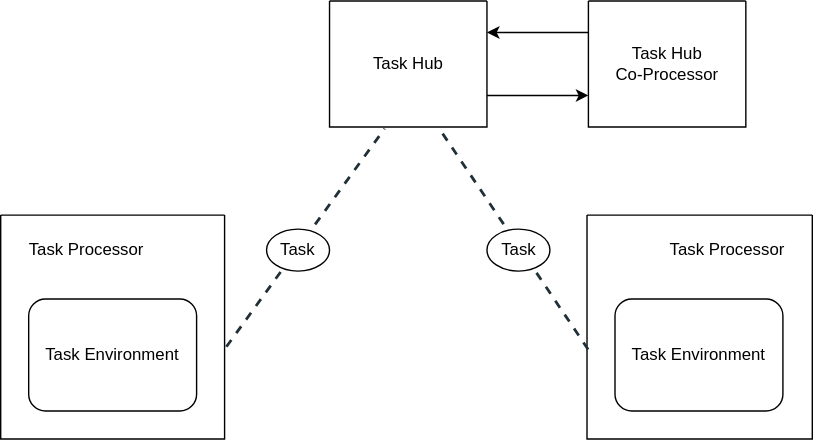
This is Task.drawio.svg from BlackSpider8391/TaskFlow, a draw.io export, as it was before one commit. Source tidied: cells renumbered, new cells last; positions are measured from the earlier drawing's top-left corner, leaving out a move shared by most shapes.
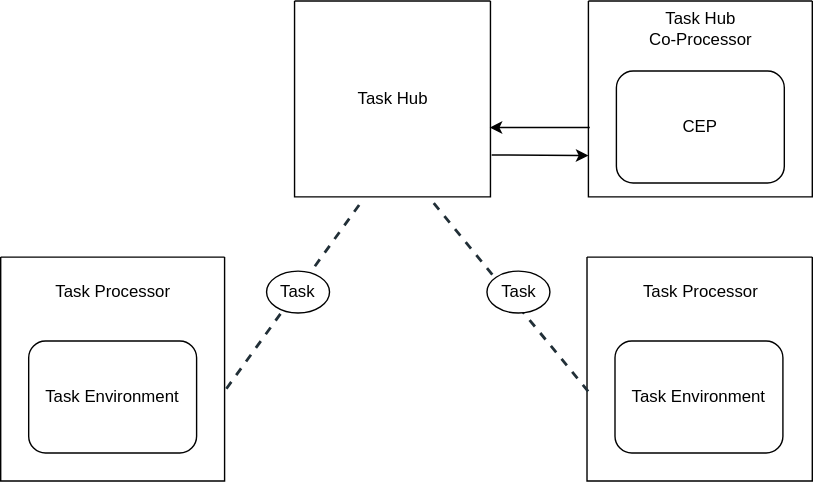
The same file after the commit.

The edit, as a diff of the source:
```diff
@@ -6,13 +6,13 @@
       <mxGeometry y="153" width="160" height="160" as="geometry" />
     </mxCell>
     <mxCell id="3" value="Task Processor" style="text;html=1;align=center;verticalAlign=middle;strokeColor=none;fillColor=none;" parent="2" vertex="1">
-      <mxGeometry x="6" y="10" width="110" height="30" as="geometry" />
+      <mxGeometry x="25" y="10" width="110" height="30" as="geometry" />
     </mxCell>
     <mxCell id="4" style="swimlane;startSize=0;" parent="1" vertex="1">
       <mxGeometry x="419" y="153" width="161" height="160" as="geometry" />
     </mxCell>
     <mxCell id="5" value="Task Processor" style="text;html=1;align=center;verticalAlign=middle;strokeColor=none;fillColor=none;" parent="4" vertex="1">
-      <mxGeometry x="45" y="10" width="110" height="30" as="geometry" />
+      <mxGeometry x="26" y="10" width="110" height="30" as="geometry" />
     </mxCell>
     <mxCell id="6" style="endArrow=none;dashed=1;html=1;strokeColor=#212f37;strokeWidth=2;fontFamily=Titillium Web;fontSize=18;fontColor=#212f37;elbow=vertical;exitX=1.008;exitY=0.588;exitDx=0;exitDy=0;entryX=0.35;entryY=1.013;entryDx=0;entryDy=0;entryPerimeter=0;exitPerimeter=0;" parent="1" edge="1" source="2" target="9">
       <mxGeometry relative="1" as="geometry" />
@@ -24,24 +24,29 @@
       <mxGeometry relative="1" as="geometry" />
     </mxCell>
     <mxCell id="9" style="swimlane;startSize=0;" parent="1" vertex="1">
-      <mxGeometry x="235" width="112.5" height="90" as="geometry" />
+      <mxGeometry x="210" y="-30" width="140" height="140" as="geometry" />
     </mxCell>
     <mxCell id="10" value="Task Hub" style="text;html=1;align=center;verticalAlign=middle;strokeColor=none;fillColor=none;" parent="9" vertex="1">
-      <mxGeometry x="16.2" y="30" width="80" height="30" as="geometry" />
+      <mxGeometry x="30" y="55" width="80" height="30" as="geometry" />
     </mxCell>
     <mxCell id="11" value="Task" style="ellipse;whiteSpace=wrap;html=1;" parent="1" vertex="1">
       <mxGeometry x="347.5" y="163" width="45" height="30" as="geometry" />
     </mxCell>
     <mxCell id="12" style="swimlane;startSize=0;" parent="1" vertex="1">
-      <mxGeometry x="420" width="112.5" height="90" as="geometry" />
+      <mxGeometry x="420" y="-30" width="160" height="140" as="geometry" />
     </mxCell>
     <mxCell id="13" value="Task Hub &lt;br&gt;Co-Processor" style="text;html=1;align=center;verticalAlign=middle;strokeColor=none;fillColor=none;" parent="12" vertex="1">
-      <mxGeometry x="6.2" y="25" width="100" height="40" as="geometry" />
+      <mxGeometry x="30" width="100" height="40" as="geometry" />
     </mxCell>
+    <mxCell id="18" value="CEP" style="rounded=1;whiteSpace=wrap;html=1;" parent="12" vertex="1">
+      <mxGeometry x="20" y="50" width="120" height="80" as="geometry" />
+    </mxCell>
-    <mxCell id="14" style="endArrow=classic;html=1;rounded=0;entryX=0;entryY=0.75;entryDx=0;entryDy=0;exitX=1;exitY=0.75;exitDx=0;exitDy=0;" parent="1" edge="1" source="9" target="12">
-      <mxGeometry relative="1" as="geometry" />
+    <mxCell id="14" style="endArrow=classic;html=1;rounded=0;entryX=0;entryY=0.789;entryDx=0;entryDy=0;entryPerimeter=0;exitX=1.013;exitY=0.467;exitDx=0;exitDy=0;exitPerimeter=0;" parent="1" edge="1" target="12">
+      <mxGeometry relative="1" as="geometry">
+        <mxPoint x="350.9" y="80" as="sourcePoint" />
+      </mxGeometry>
     </mxCell>
-    <mxCell id="15" style="endArrow=classic;html=1;rounded=0;entryX=1;entryY=0.25;entryDx=0;entryDy=0;exitX=0;exitY=0.25;exitDx=0;exitDy=0;" parent="1" edge="1" source="12" target="9">
+    <mxCell id="15" style="endArrow=classic;html=1;rounded=0;exitX=0.006;exitY=0.646;exitDx=0;exitDy=0;exitPerimeter=0;entryX=0.996;entryY=0.646;entryDx=0;entryDy=0;entryPerimeter=0;" parent="1" edge="1" source="12" target="9">
       <mxGeometry relative="1" as="geometry" />
     </mxCell>
     <mxCell id="16" value="Task Environment" style="rounded=1;whiteSpace=wrap;html=1;" parent="1" vertex="1">
```
